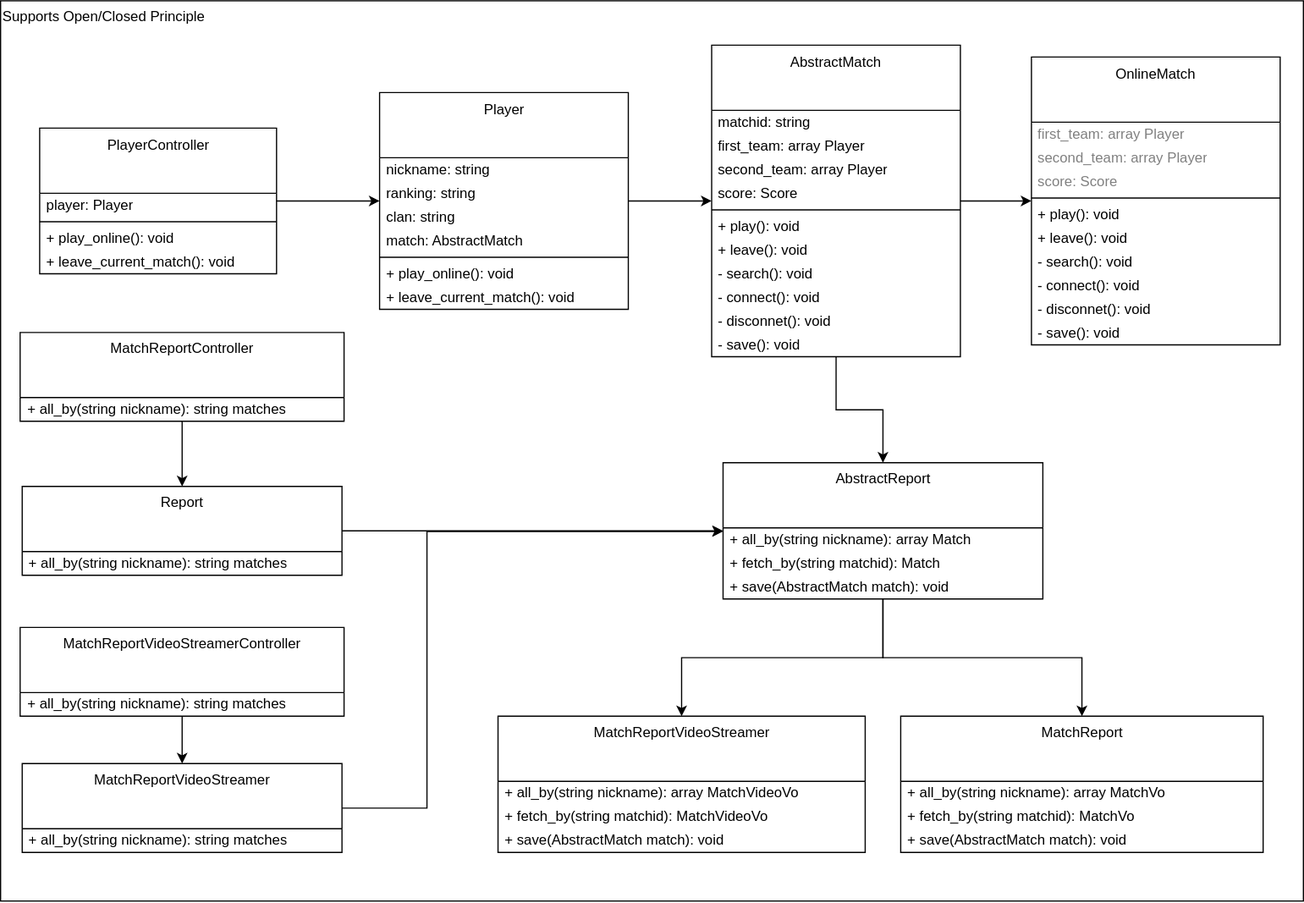
Before: images/clean-code-clean-classes/OCP.svg, a diagram exported from draw.io (GabrielSlima/blog). Source tidied: cells renumbered, new cells last; positions are measured from the earlier drawing's top-left corner, leaving out a move shared by most shapes.
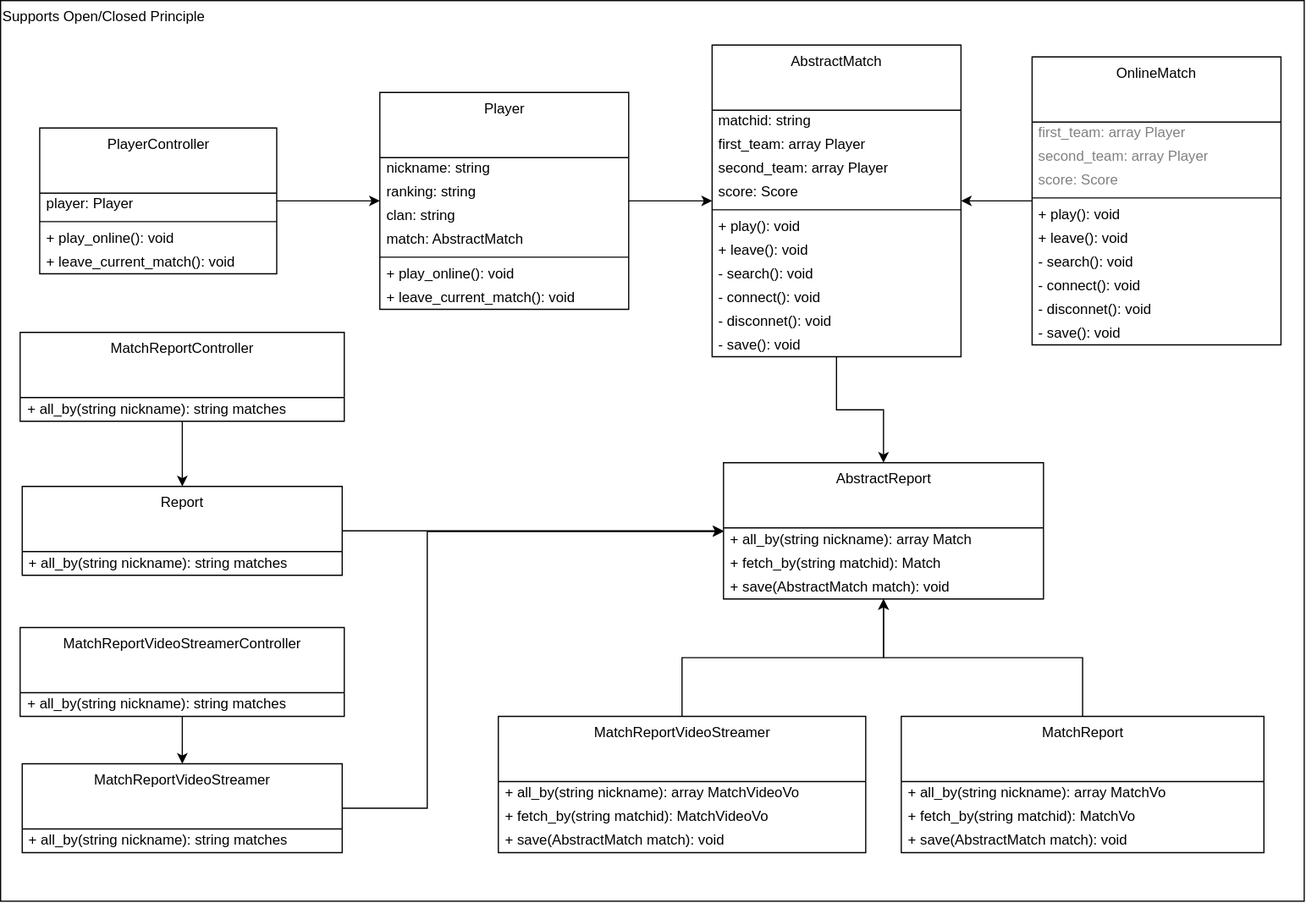
After the commit.

Change to the diagram source:
```diff
@@ -5,6 +5,9 @@
     <mxCell id="2" value="Supports Open/Closed Principle" style="rounded=0;whiteSpace=wrap;html=1;fillColor=none;align=left;verticalAlign=top;" parent="1" vertex="1">
       <mxGeometry width="1100" height="760" as="geometry" />
     </mxCell>
+    <mxCell id="69" style="edgeStyle=orthogonalEdgeStyle;rounded=0;jettySize=auto;html=1;" parent="1" edge="1" source="3" target="52">
+      <mxGeometry relative="1" as="geometry" />
+    </mxCell>
     <mxCell id="3" value="MatchReport" style="swimlane;fontStyle=0;align=center;verticalAlign=top;horizontal=1;startSize=55;html=1;fillColor=none;" parent="1" vertex="1">
       <mxGeometry x="760" y="604" width="306" height="115" as="geometry" />
     </mxCell>
@@ -71,6 +74,9 @@
     <mxCell id="24" value="+ leave_current_match(): void" style="text;html=1;strokeColor=none;fillColor=none;align=left;verticalAlign=middle;spacingLeft=4;spacingRight=4;overflow=hidden;" parent="20" vertex="1">
       <mxGeometry y="103" width="200" height="20" as="geometry" />
     </mxCell>
+    <mxCell id="70" style="edgeStyle=orthogonalEdgeStyle;rounded=0;jettySize=auto;html=1;" parent="1" edge="1" source="25" target="38">
+      <mxGeometry relative="1" as="geometry" />
+    </mxCell>
     <mxCell id="25" value="OnlineMatch" style="swimlane;fontStyle=0;align=center;verticalAlign=top;horizontal=1;startSize=55;html=1;fillColor=none;" parent="1" vertex="1">
       <mxGeometry x="870.4" y="47.5" width="210" height="243" as="geometry" />
     </mxCell>
@@ -104,9 +110,6 @@
     <mxCell id="35" value="- save(): void" style="text;html=1;strokeColor=none;fillColor=none;align=left;verticalAlign=middle;spacingLeft=4;spacingRight=4;overflow=hidden;" parent="25" vertex="1">
       <mxGeometry y="223" width="210" height="20" as="geometry" />
     </mxCell>
-    <mxCell id="36" style="edgeStyle=orthogonalEdgeStyle;rounded=0;jettySize=auto;html=1;" parent="1" edge="1" source="38" target="25">
-      <mxGeometry relative="1" as="geometry" />
-    </mxCell>
     <mxCell id="37" style="edgeStyle=orthogonalEdgeStyle;rounded=0;jettySize=auto;html=1;fontColor=#808080;" parent="1" edge="1" source="38" target="52">
       <mxGeometry relative="1" as="geometry" />
     </mxCell>
@@ -146,12 +149,6 @@
     <mxCell id="49" value="- save(): void" style="text;html=1;strokeColor=none;fillColor=none;align=left;verticalAlign=middle;spacingLeft=4;spacingRight=4;overflow=hidden;" parent="38" vertex="1">
       <mxGeometry y="243" width="210" height="20" as="geometry" />
     </mxCell>
-    <mxCell id="50" style="edgeStyle=orthogonalEdgeStyle;rounded=0;jettySize=auto;html=1;entryX=0.5;entryY=0;entryDx=0;entryDy=0;fontColor=#808080;" parent="1" edge="1" source="52" target="59">
-      <mxGeometry relative="1" as="geometry" />
-    </mxCell>
-    <mxCell id="51" style="edgeStyle=orthogonalEdgeStyle;rounded=0;jettySize=auto;html=1;fontColor=#808080;" parent="1" edge="1" source="52" target="3">
-      <mxGeometry relative="1" as="geometry" />
-    </mxCell>
     <mxCell id="52" value="AbstractReport" style="swimlane;fontStyle=0;align=center;verticalAlign=top;horizontal=1;startSize=55;html=1;fillColor=none;" parent="1" vertex="1">
       <mxGeometry x="610" y="390" width="270" height="115" as="geometry" />
     </mxCell>
@@ -173,6 +170,9 @@
     <mxCell id="58" value="+ all_by(string nickname): string matches" style="text;html=1;strokeColor=none;fillColor=none;align=left;verticalAlign=middle;spacingLeft=4;spacingRight=4;overflow=hidden;" parent="57" vertex="1">
       <mxGeometry y="55" width="270" height="20" as="geometry" />
     </mxCell>
+    <mxCell id="71" style="edgeStyle=orthogonalEdgeStyle;rounded=0;jettySize=auto;html=1;" parent="1" edge="1" source="59" target="52">
+      <mxGeometry relative="1" as="geometry" />
+    </mxCell>
     <mxCell id="59" value="MatchReportVideoStreamer" style="swimlane;fontStyle=0;align=center;verticalAlign=top;horizontal=1;startSize=55;html=1;fillColor=none;" parent="1" vertex="1">
       <mxGeometry x="420" y="604" width="310" height="115" as="geometry" />
     </mxCell>
```
